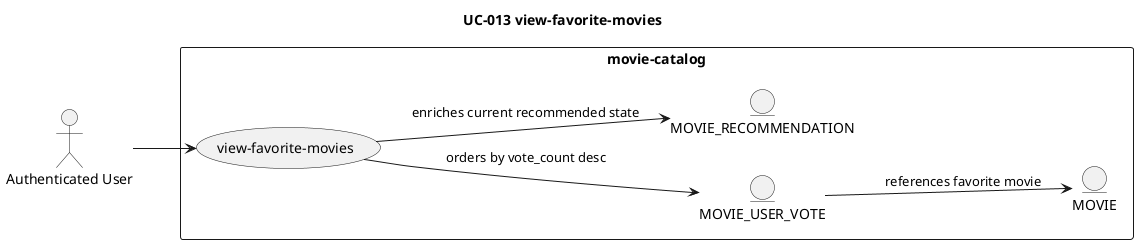
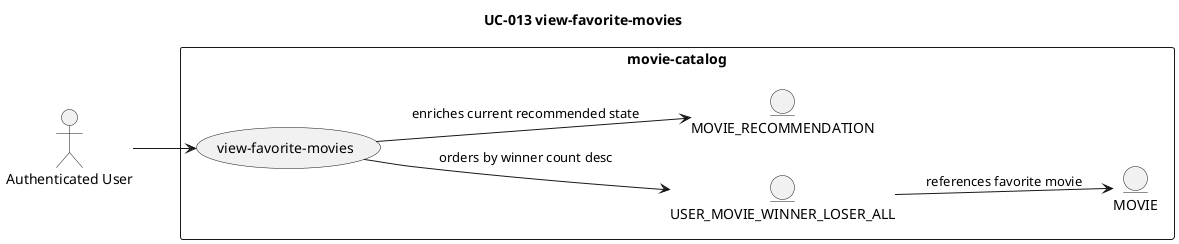
@startuml
title UC-013 view-favorite-movies
left to right direction

actor "Authenticated User" as user
rectangle "movie-catalog" {
    usecase "view-favorite-movies" as UC
-     entity "MOVIE_USER_VOTE" as vote
+     entity "USER_MOVIE_WINNER_LOSER_ALL" as closureResult
    entity "MOVIE" as movie
    entity "MOVIE_RECOMMENDATION" as recommendation
}

user --> UC
- UC --> vote : orders by vote_count desc
- vote --> movie : references favorite movie
+ UC --> closureResult : orders by winner count desc
+ closureResult --> movie : references favorite movie
UC --> recommendation : enriches current recommended state
@enduml
